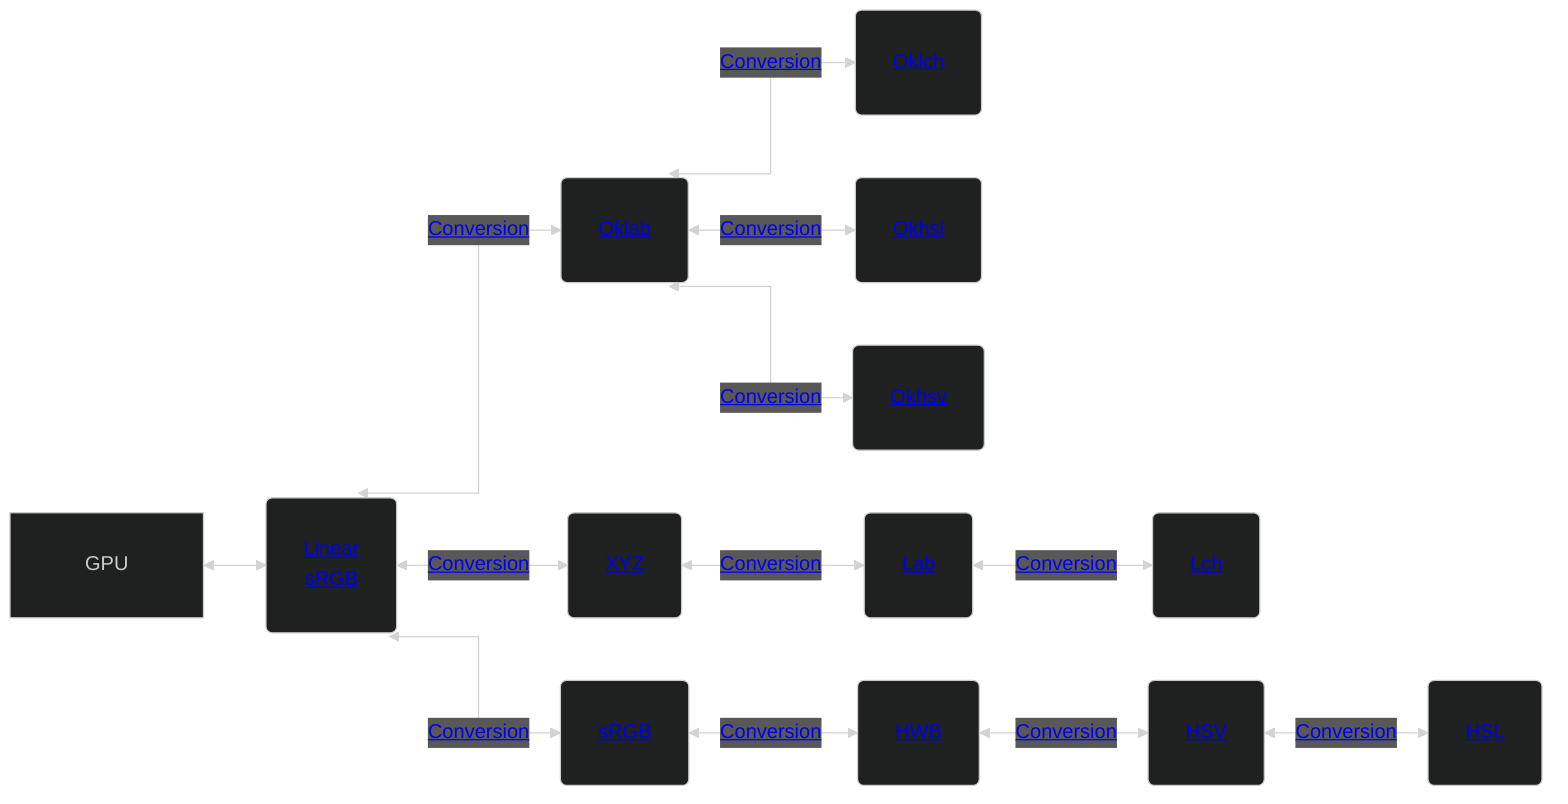
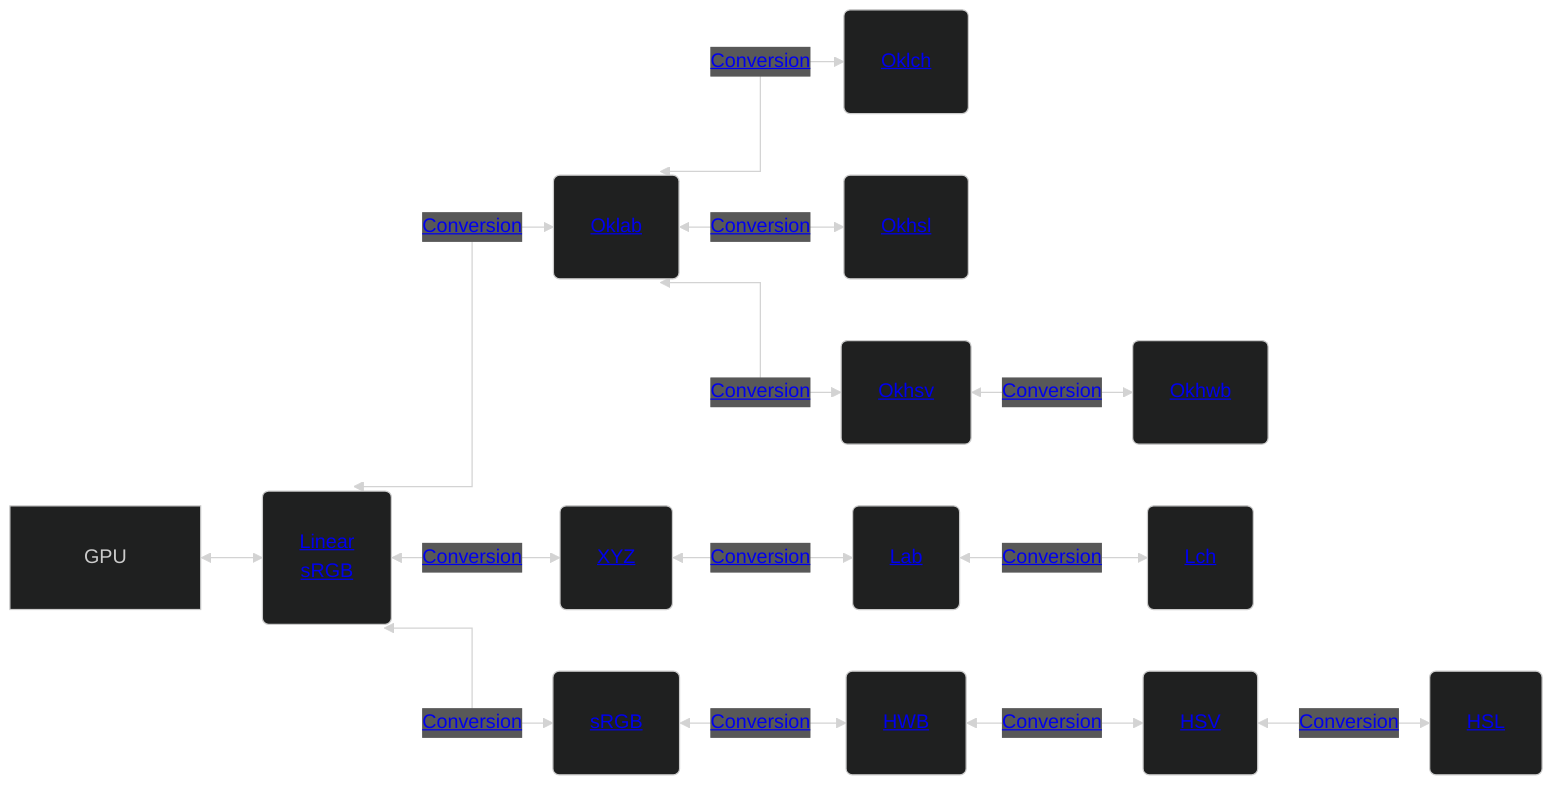
%%{ init: { 'theme': 'dark', 'flowchart': { 'curve': 'stepAfter', 'padding': 30 }, 'themeCSS': '.label foreignObject { overflow: visible; }' } }%%
flowchart LR
    lRGB(<a href='https://en.wikipedia.org/wiki/Rgb'>Linear<br/>sRGB</a>)
    Oklab(<a href='https://oklch.com/'>Oklab</a>)
    Oklch(<a href='https://oklch.com/'>Oklch</a>)
    Okhsl(<a href='https://bottosson.github.io/posts/colorpicker'>Okhsl</a>)
    Okhsv(<a href='https://bottosson.github.io/posts/colorpicker'>Okhsv</a>)
+     Okhwb(<a href='https://bottosson.github.io/posts/colorpicker'>Okhwb</a>)
    XYZ(<a href='https://en.wikipedia.org/wiki/XYZ_color'>XYZ</a>)
    Lab(<a href='https://en.wikipedia.org/wiki/Lab_color'>Lab</a>)
    Lch(<a href='https://en.wikipedia.org/wiki/CIELAB_color_space#Cylindrical_model'>Lch</a>)
    sRGB(<a href='https://en.wikipedia.org/wiki/Srgb'>sRGB</a>)
    HWB(<a href='https://en.wikipedia.org/wiki/HWB_color_model'>HWB</a>)
    HSV(<a href='https://en.wikipedia.org/wiki/HSL_and_HSV'>HSV</a>)
    HSL(<a href='https://en.wikipedia.org/wiki/HSL_and_HSV'>HSL</a>)
    GPU <--> lRGB
    lRGB <--<a href='https://bottosson.github.io/posts/oklab/#converting-from-linear-srgb-to-oklab'>Conversion</a>--> Oklab
    Oklab <--<a href='https://bottosson.github.io/posts/oklab/#the-oklab-color-space'>Conversion</a>--> Oklch
    Oklab <--<a href='https://bottosson.github.io/posts/colorpicker'>Conversion</a>--> Okhsl
    Oklab <--<a href='https://bottosson.github.io/posts/colorpicker'>Conversion</a>--> Okhsv
+     Okhsv <--<a href='https://bottosson.github.io/posts/colorpicker'>Conversion</a>--> Okhwb
    lRGB <--<a href='http://www.brucelindbloom.com/index.html?Eqn_RGB_XYZ_Matrix.html'>Conversion</a>--> XYZ
    XYZ <--<a href='http://www.brucelindbloom.com/index.html?Eqn_XYZ_to_Lab.html'>Conversion</a>--> Lab
    Lab <--<a href='http://www.brucelindbloom.com/index.html?Eqn_Lab_to_LCH.html'>Conversion</a>--> Lch
    lRGB <--<a href='https://en.wikipedia.org/wiki/SRGB#From_sRGB_to_CIE_XYZ'>Conversion</a>--> sRGB
    sRGB <--<a href='http://alvyray.com/Papers/CG/HWB_JGTv208.pdf'>Conversion</a>--> HWB
    HWB <--<a href='http://alvyray.com/Papers/CG/HWB_JGTv208.pdf'>Conversion</a>--> HSV
    HSV <--<a href='https://en.wikipedia.org/wiki/HSL_and_HSV#Interconversion'>Conversion</a>--> HSL
